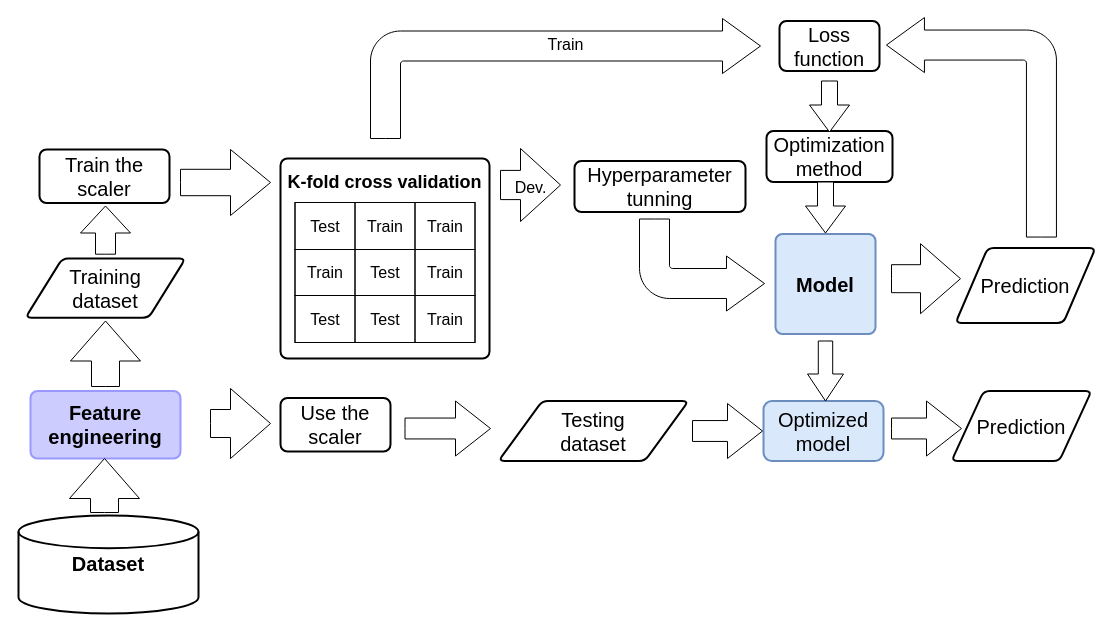
This is MachineLearning3.drawio from Orozco-Duque/ML, a draw.io file, before an edit. Source tidied: cells renumbered, new cells numbered last; positions are measured from the earlier drawing's top-left corner, leaving out a move shared by most shapes. Both pictures are drawn from the tidied source at 100%, with x=0, y=0 at pixel (18, 18).
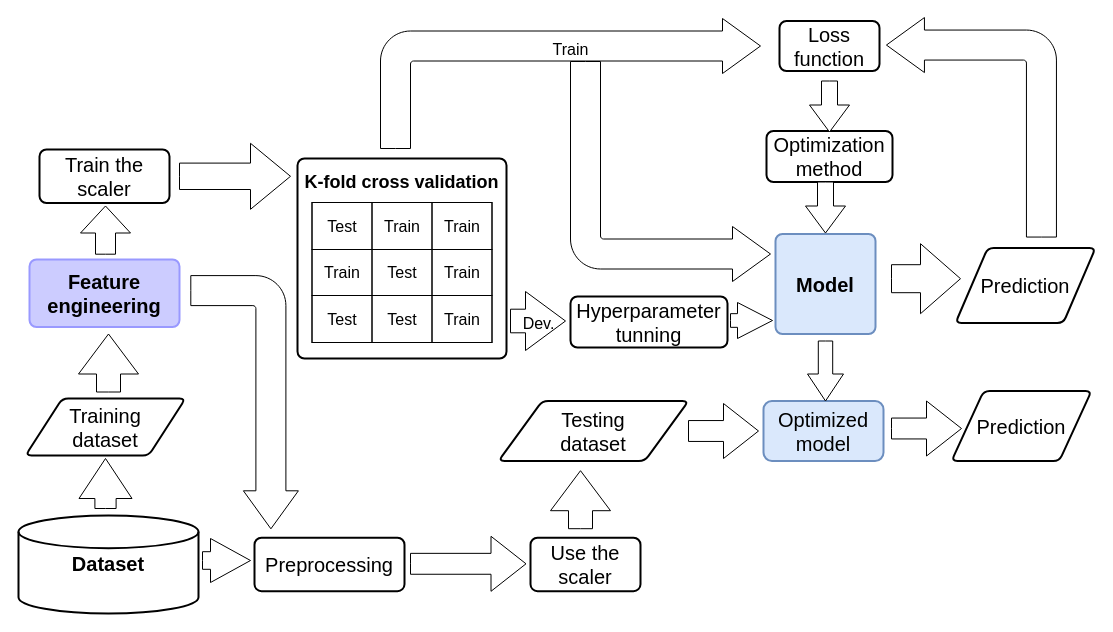
The same page after the edit.

The edit, as a diff of the source:
```diff
@@
+    <mxCell id="45" style="html=1;shadow=0;dashed=0;align=center;verticalAlign=middle;shape=mxgraph.arrows2.bendArrow;dy=15;dx=38;notch=0;arrowHead=55;rounded=1;rotation=90;" parent="1" vertex="1">
+      <mxGeometry x="99.5" y="329.9" width="253.2" height="107.6" as="geometry" />
+    </mxCell>
     <mxCell id="2" value="&lt;b&gt;&lt;font style=&quot;font-size: 18px;&quot;&gt;K-fold cross validation&lt;br&gt;&lt;br&gt;&lt;br&gt;&lt;br&gt;&lt;br&gt;&lt;br&gt;&lt;br&gt;&lt;br&gt;&lt;/font&gt;&lt;/b&gt;" style="rounded=1;whiteSpace=wrap;html=1;absoluteArcSize=1;arcSize=14;strokeWidth=2;fontSize=16;" parent="1" vertex="1">
-      <mxGeometry x="262" y="140" width="209" height="200" as="geometry" />
+      <mxGeometry x="279" y="140" width="209" height="200" as="geometry" />
     </mxCell>
@@
     <mxCell id="4" value="Training &lt;br&gt;dataset" style="shape=parallelogram;html=1;strokeWidth=2;perimeter=parallelogramPerimeter;whiteSpace=wrap;rounded=1;arcSize=12;size=0.23;fontSize=20;fontColor=#000000;" parent="1" vertex="1">
-      <mxGeometry x="7" y="240" width="160" height="59.2" as="geometry" />
+      <mxGeometry x="7" y="380" width="160" height="57.1" as="geometry" />
     </mxCell>
@@
     <mxCell id="14" style="html=1;shadow=0;dashed=0;align=center;verticalAlign=middle;shape=mxgraph.arrows2.arrow;dy=0.62;dx=35;notch=0;fontSize=20;fontColor=#000000;" parent="1" vertex="1">
-      <mxGeometry x="674" y="385" width="70" height="55" as="geometry" />
+      <mxGeometry x="670" y="385" width="70" height="55" as="geometry" />
     </mxCell>
@@
-    <mxCell id="17" value="Hyperparameter tunning" style="rounded=1;whiteSpace=wrap;html=1;absoluteArcSize=1;arcSize=14;strokeWidth=2;fontSize=20;fontColor=#000000;" parent="1" vertex="1">
-      <mxGeometry x="556" y="142.5" width="171" height="51" as="geometry" />
-    </mxCell>
     <mxCell id="18" style="childLayout=tableLayout;shadow=0;fillColor=none;" parent="1" vertex="1">
-      <mxGeometry x="276.5" y="184" width="180" height="140" as="geometry" />
+      <mxGeometry x="293.5" y="184" width="180" height="140" as="geometry" />
     </mxCell>
@@
-    <mxCell id="32" style="html=1;shadow=0;dashed=0;align=center;verticalAlign=middle;shape=mxgraph.arrows2.bendArrow;dy=15;dx=38;notch=0;arrowHead=55;rounded=1;fontSize=20;flipH=0;flipV=1;" parent="1" vertex="1">
-      <mxGeometry x="621" y="200.5" width="125" height="92" as="geometry" />
-    </mxCell>
     <mxCell id="33" style="html=1;shadow=0;dashed=0;align=center;verticalAlign=middle;shape=mxgraph.arrows2.arrow;dy=0.6;dx=40;direction=north;notch=0;fontSize=20;" parent="1" vertex="1">
-      <mxGeometry x="52" y="302.5" width="70" height="65.5" as="geometry" />
+      <mxGeometry x="60" y="315.5" width="60" height="58" as="geometry" />
     </mxCell>
@@
     <mxCell id="36" style="html=1;shadow=0;dashed=0;align=center;verticalAlign=middle;shape=mxgraph.arrows2.arrow;dy=0.6;dx=40;notch=0;fontSize=20;" parent="1" vertex="1">
-      <mxGeometry x="162" y="131" width="90" height="66" as="geometry" />
+      <mxGeometry x="161" y="124.8" width="111" height="66" as="geometry" />
     </mxCell>
     <mxCell id="37" value="Use the scaler" style="rounded=1;whiteSpace=wrap;html=1;absoluteArcSize=1;arcSize=14;strokeWidth=2;fontSize=20;" parent="1" vertex="1">
-      <mxGeometry x="262" y="379.5" width="110" height="53.5" as="geometry" />
+      <mxGeometry x="512" y="519.2" width="110" height="53.5" as="geometry" />
     </mxCell>
     <mxCell id="38" style="html=1;shadow=0;dashed=0;align=center;verticalAlign=middle;shape=mxgraph.arrows2.arrow;dy=0.6;dx=40;notch=0;fontSize=20;" parent="1" vertex="1">
-      <mxGeometry x="192" y="370" width="60" height="70" as="geometry" />
+      <mxGeometry x="184" y="520" width="48" height="44" as="geometry" />
     </mxCell>
     <mxCell id="39" value="&lt;font style=&quot;font-size: 20px;&quot;&gt;&lt;b style=&quot;&quot;&gt;Feature engineering&lt;/b&gt;&lt;/font&gt;" style="rounded=1;whiteSpace=wrap;html=1;absoluteArcSize=1;arcSize=14;strokeWidth=2;fillColor=#CCCCFF;strokeColor=#9999FF;" parent="1" vertex="1">
-      <mxGeometry x="12" y="372.5" width="150" height="67.5" as="geometry" />
+      <mxGeometry x="11" y="241" width="150" height="67.5" as="geometry" />
     </mxCell>
     <mxCell id="40" style="html=1;shadow=0;dashed=0;align=center;verticalAlign=middle;shape=mxgraph.arrows2.arrow;dy=0.6;dx=40;direction=north;notch=0;fontSize=20;" parent="1" vertex="1">
-      <mxGeometry x="51" y="440" width="70" height="54" as="geometry" />
+      <mxGeometry x="60.5" y="440" width="53" height="50" as="geometry" />
     </mxCell>
     <mxCell id="41" value="&lt;font style=&quot;font-size: 16px;&quot;&gt;Train&lt;br&gt;&lt;br&gt;&lt;br&gt;&lt;br&gt;&lt;/font&gt;" style="html=1;shadow=0;dashed=0;align=center;verticalAlign=middle;shape=mxgraph.arrows2.bendArrow;dy=15;dx=38;notch=0;arrowHead=55;rounded=1;fontSize=20;" parent="1" vertex="1">
-      <mxGeometry x="352" width="390" height="120" as="geometry" />
+      <mxGeometry x="362" width="380" height="130" as="geometry" />
     </mxCell>
-    <mxCell id="42" value="&lt;font style=&quot;font-size: 16px;&quot;&gt;&lt;font style=&quot;font-size: 16px;&quot;&gt;Dev&lt;/font&gt;.&lt;/font&gt;" style="html=1;shadow=0;dashed=0;align=center;verticalAlign=middle;shape=mxgraph.arrows2.arrow;dy=0.6;dx=40;notch=0;fontSize=20;" parent="1" vertex="1">
-      <mxGeometry x="482" y="130" width="60" height="73" as="geometry" />
-    </mxCell>
@@
     <mxCell id="44" style="html=1;shadow=0;dashed=0;align=center;verticalAlign=middle;shape=mxgraph.arrows2.arrow;dy=0.62;dx=35;notch=0;fontSize=20;fontColor=#000000;" parent="1" vertex="1">
-      <mxGeometry x="386.5" y="382.5" width="85.5" height="55" as="geometry" />
+      <mxGeometry x="392" y="517.8" width="115.5" height="55" as="geometry" />
     </mxCell>
+    <mxCell id="17" value="Hyperparameter tunning" style="rounded=1;whiteSpace=wrap;html=1;absoluteArcSize=1;arcSize=14;strokeWidth=2;fontSize=20;fontColor=#000000;" parent="1" vertex="1">
+      <mxGeometry x="552" y="278" width="157" height="51" as="geometry" />
+    </mxCell>
+    <mxCell id="42" value="&lt;font style=&quot;font-size: 16px;&quot;&gt;&lt;font style=&quot;font-size: 16px;&quot;&gt;Dev&lt;/font&gt;.&lt;/font&gt;" style="html=1;shadow=0;dashed=0;align=center;verticalAlign=middle;shape=mxgraph.arrows2.arrow;dy=0.6;dx=40;notch=0;fontSize=20;" parent="1" vertex="1">
+      <mxGeometry x="492" y="273" width="55" height="59" as="geometry" />
+    </mxCell>
+    <mxCell id="46" style="html=1;shadow=0;dashed=0;align=center;verticalAlign=middle;shape=mxgraph.arrows2.arrow;dy=0.62;dx=35;notch=0;fontSize=20;fontColor=#000000;" parent="1" vertex="1">
+      <mxGeometry x="712" y="284" width="42" height="36" as="geometry" />
+    </mxCell>
+    <mxCell id="47" style="html=1;shadow=0;dashed=0;align=center;verticalAlign=middle;shape=mxgraph.arrows2.bendArrow;dy=15;dx=38;notch=0;arrowHead=55;rounded=1;flipH=1;rotation=-180;" parent="1" vertex="1">
+      <mxGeometry x="552" y="43" width="200" height="220" as="geometry" />
+    </mxCell>
+    <mxCell id="48" value="Preprocessing" style="rounded=1;whiteSpace=wrap;html=1;absoluteArcSize=1;arcSize=14;strokeWidth=2;fontSize=20;" parent="1" vertex="1">
+      <mxGeometry x="236" y="519.2" width="150" height="53.5" as="geometry" />
+    </mxCell>
+    <mxCell id="49" style="html=1;shadow=0;dashed=0;align=center;verticalAlign=middle;shape=mxgraph.arrows2.arrow;dy=0.6;dx=40;direction=north;notch=0;fontSize=20;" parent="1" vertex="1">
+      <mxGeometry x="532" y="452.2" width="60" height="58" as="geometry" />
+    </mxCell>
```
